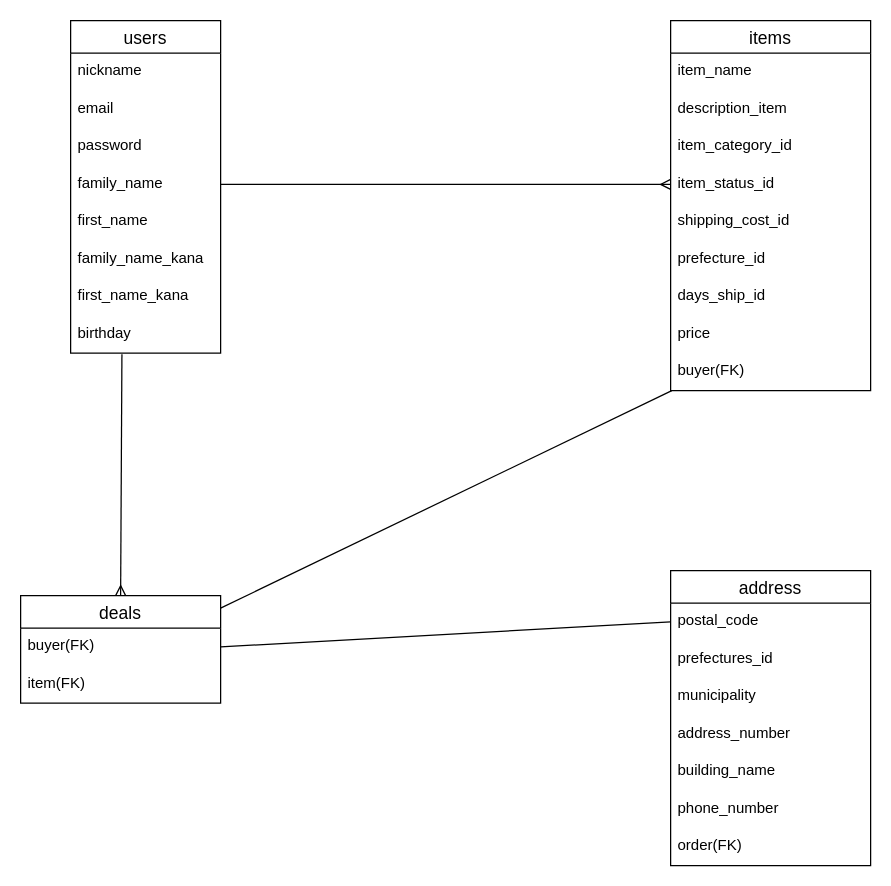
Earlier version of the draw.io diagram er_photo.dio (hyperorts/furima-33541). Source tidied: cells renumbered, new cells numbered last; positions are measured from the earlier drawing's top-left corner, leaving out a move shared by most shapes. Both pictures are drawn from the tidied source at 125%, with x=0, y=0 at pixel (20, 20).
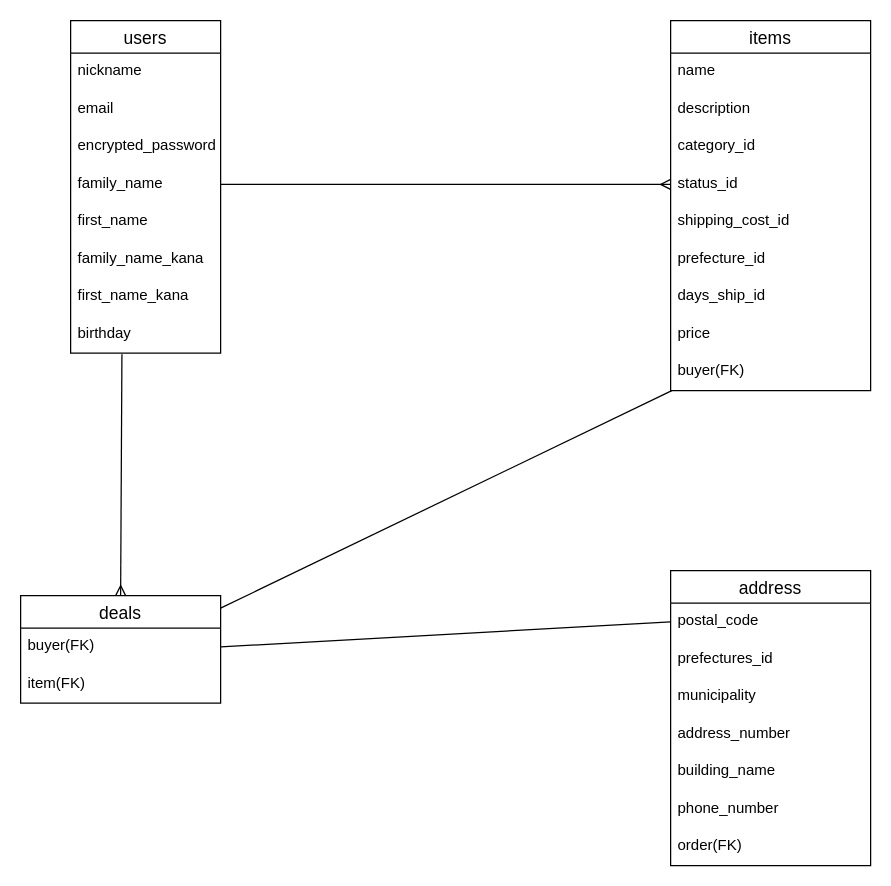
After the change.

Commit message (it also covers changes not shown here):
レビュー後修正

ER図、READ MEをそれぞれレビューの形に変更した。

Unchanged cells that the change refers to:
```xml
<mxCell id="10" value="users" style="swimlane;fontStyle=0;horizontal=1;startSize=26;align=center;fontSize=14;" parent="1" vertex="1">
  <mxGeometry x="40" width="120" height="266" as="geometry" />
</mxCell>
<mxCell id="22" value="items" style="swimlane;fontStyle=0;horizontal=1;startSize=26;align=center;fontSize=14;" parent="1" vertex="1">
  <mxGeometry x="520" width="160" height="296" as="geometry" />
</mxCell>
```

Diff of the diagram source:
```diff
@@
-    <mxCell id="13" value="password" style="text;strokeColor=none;fillColor=none;spacingLeft=4;spacingRight=4;overflow=hidden;fontSize=12;" parent="10" vertex="1">
+    <mxCell id="13" value="encrypted_password" style="text;strokeColor=none;fillColor=none;spacingLeft=4;spacingRight=4;overflow=hidden;fontSize=12;" parent="10" vertex="1">
       <mxGeometry y="86" width="120" height="30" as="geometry" />
     </mxCell>
@@
-    <mxCell id="23" value="item_name" style="text;strokeColor=none;fillColor=none;spacingLeft=4;spacingRight=4;overflow=hidden;fontSize=12;" parent="22" vertex="1">
+    <mxCell id="23" value="name" style="text;strokeColor=none;fillColor=none;spacingLeft=4;spacingRight=4;overflow=hidden;fontSize=12;" parent="22" vertex="1">
       <mxGeometry y="26" width="160" height="30" as="geometry" />
     </mxCell>
-    <mxCell id="24" value="description_item" style="text;strokeColor=none;fillColor=none;spacingLeft=4;spacingRight=4;overflow=hidden;fontSize=12;" parent="22" vertex="1">
+    <mxCell id="24" value="description" style="text;strokeColor=none;fillColor=none;spacingLeft=4;spacingRight=4;overflow=hidden;fontSize=12;" parent="22" vertex="1">
       <mxGeometry y="56" width="160" height="30" as="geometry" />
     </mxCell>
-    <mxCell id="25" value="item_category_id" style="text;strokeColor=none;fillColor=none;spacingLeft=4;spacingRight=4;overflow=hidden;fontSize=12;" parent="22" vertex="1">
+    <mxCell id="25" value="category_id" style="text;strokeColor=none;fillColor=none;spacingLeft=4;spacingRight=4;overflow=hidden;fontSize=12;" parent="22" vertex="1">
       <mxGeometry y="86" width="160" height="30" as="geometry" />
     </mxCell>
-    <mxCell id="26" value="item_status_id" style="text;strokeColor=none;fillColor=none;spacingLeft=4;spacingRight=4;overflow=hidden;points=[[0,0.5],[1,0.5]];portConstraint=eastwest;fontSize=12;" parent="22" vertex="1">
+    <mxCell id="26" value="status_id" style="text;strokeColor=none;fillColor=none;spacingLeft=4;spacingRight=4;overflow=hidden;points=[[0,0.5],[1,0.5]];portConstraint=eastwest;fontSize=12;" parent="22" vertex="1">
       <mxGeometry y="116" width="160" height="30" as="geometry" />
     </mxCell>
```
